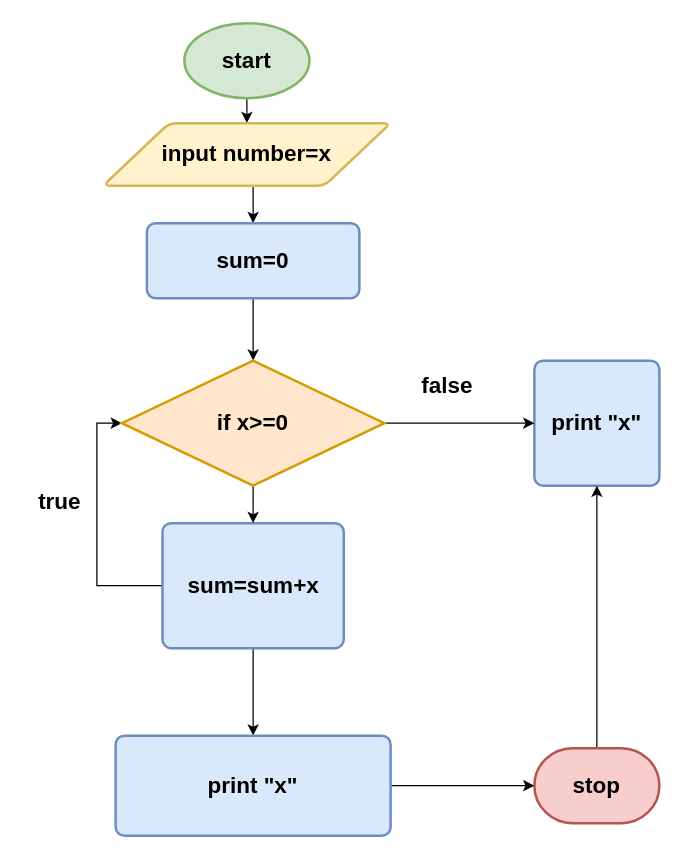
Earlier version of the draw.io diagram build/Diagramme runining sum.drawio (essaoudi01/drawio-desktop). Source tidied: cells renumbered, new cells numbered last; positions are measured from the earlier drawing's top-left corner, leaving out a move shared by most shapes. Both pictures are drawn from the tidied source at 125%, with x=0, y=0 at pixel (21, 22).
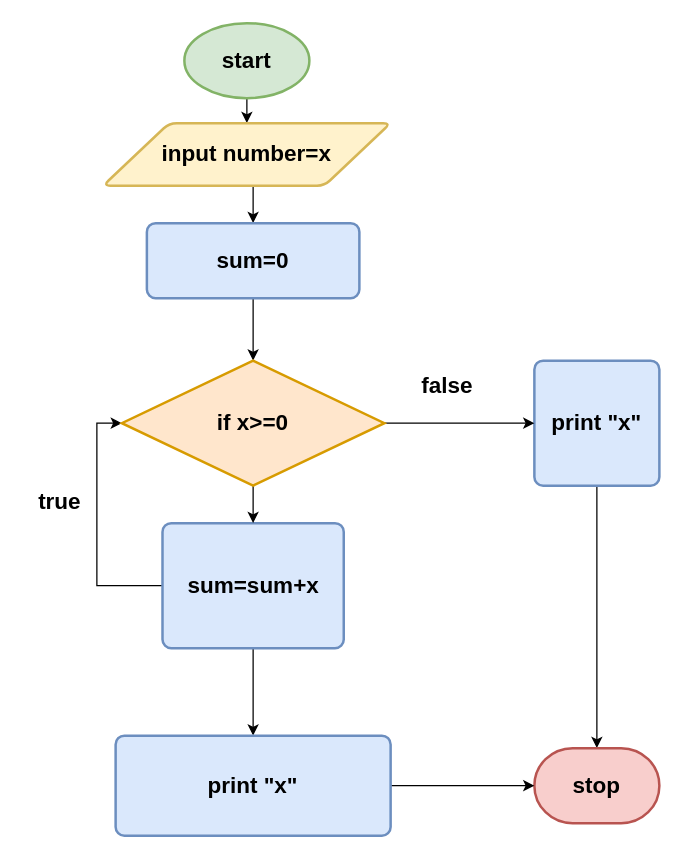
The same page after the edit.

Commit message:
Mettre à jour Diagramme runining sum.drawio

The change refers to these unchanged cells:
```xml
<mxCell id="6" value="&lt;h2&gt;print &quot;x&quot;&lt;/h2&gt;" style="rounded=1;whiteSpace=wrap;html=1;absoluteArcSize=1;arcSize=14;strokeWidth=2;fillColor=#dae8fc;strokeColor=#6c8ebf;" parent="1" vertex="1">
  <mxGeometry x="410" y="270" width="100" height="100" as="geometry" />
</mxCell>
<mxCell id="17" value="&lt;h2&gt;stop&lt;/h2&gt;" style="strokeWidth=2;html=1;shape=mxgraph.flowchart.terminator;whiteSpace=wrap;direction=east;fillColor=#f8cecc;strokeColor=#b85450;" parent="1" vertex="1">
  <mxGeometry x="410" y="580" width="100" height="60" as="geometry" />
</mxCell>
```

What changed in the source:
```diff
@@
+    <mxCell id="21" style="edgeStyle=orthogonalEdgeStyle;rounded=0;jettySize=auto;html=1;exitX=0.5;exitY=1;exitDx=0;exitDy=0;" parent="1" edge="1" source="6" target="17">
+      <mxGeometry relative="1" as="geometry" />
+    </mxCell>
@@
-    <mxCell id="16" style="edgeStyle=orthogonalEdgeStyle;rounded=0;jettySize=auto;html=1;exitX=0.5;exitY=0;exitDx=0;exitDy=0;exitPerimeter=0;entryX=0.5;entryY=1;entryDx=0;entryDy=0;" parent="1" edge="1" source="17" target="6">
-      <mxGeometry relative="1" as="geometry" />
-    </mxCell>
```
